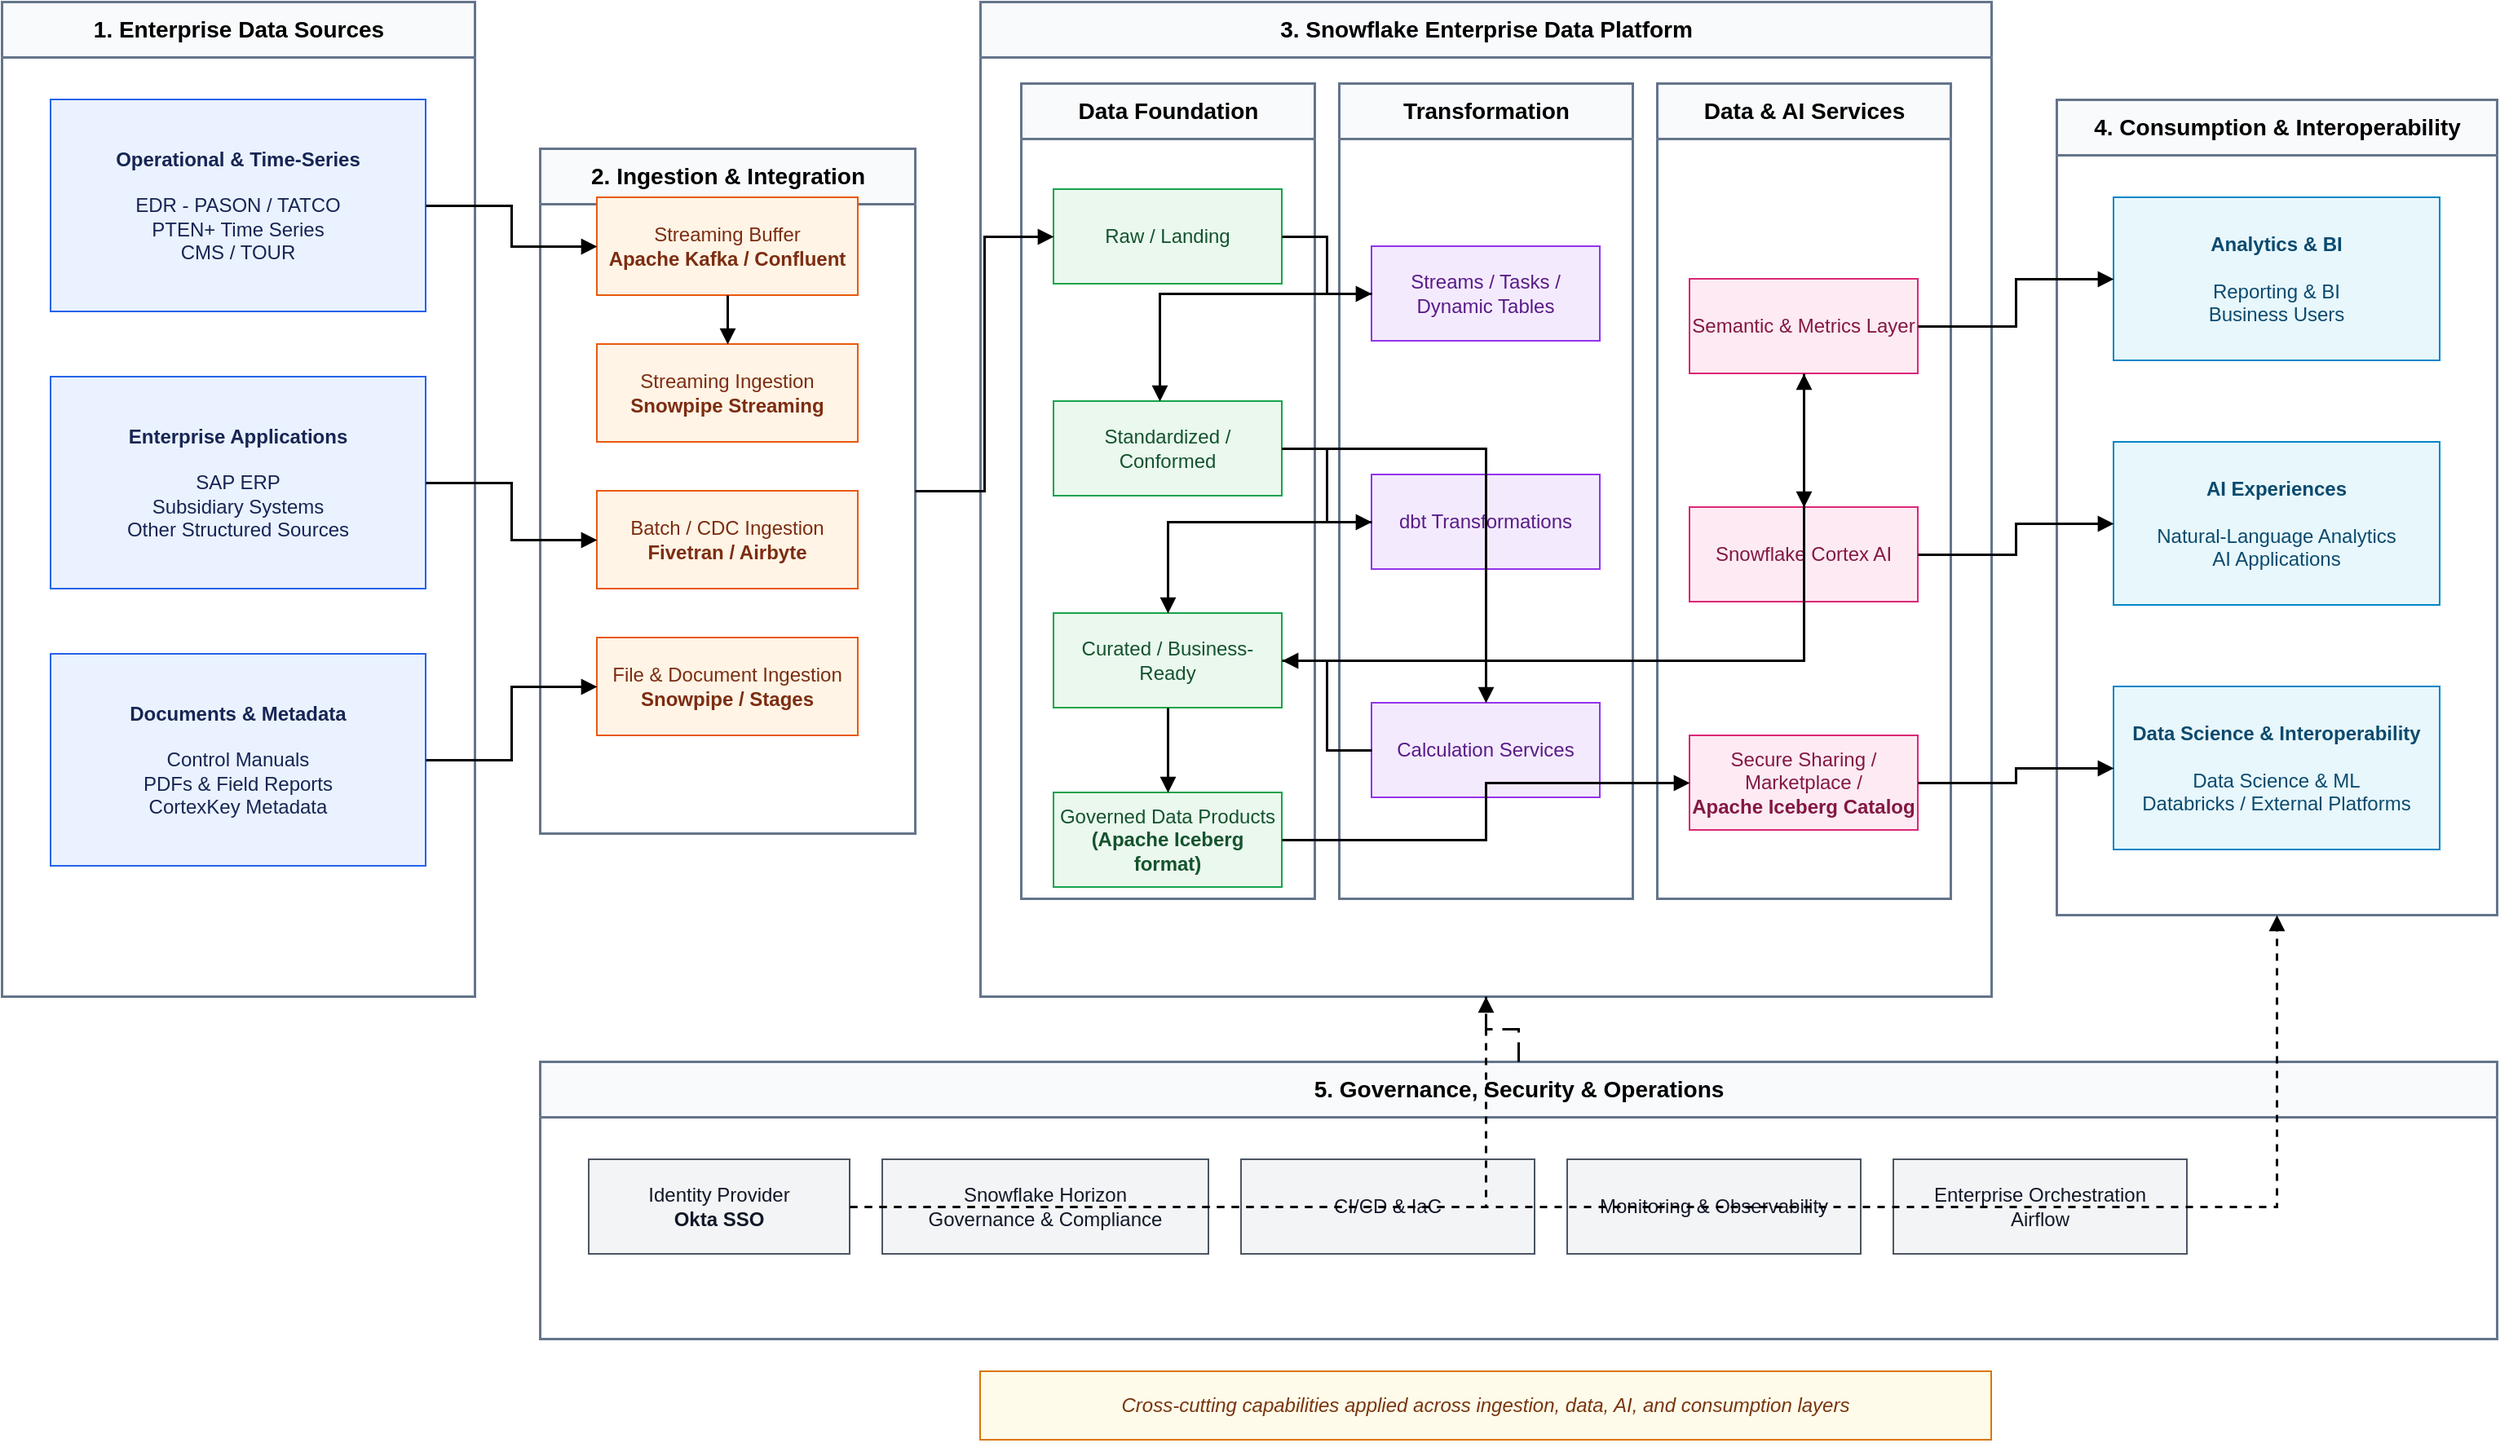
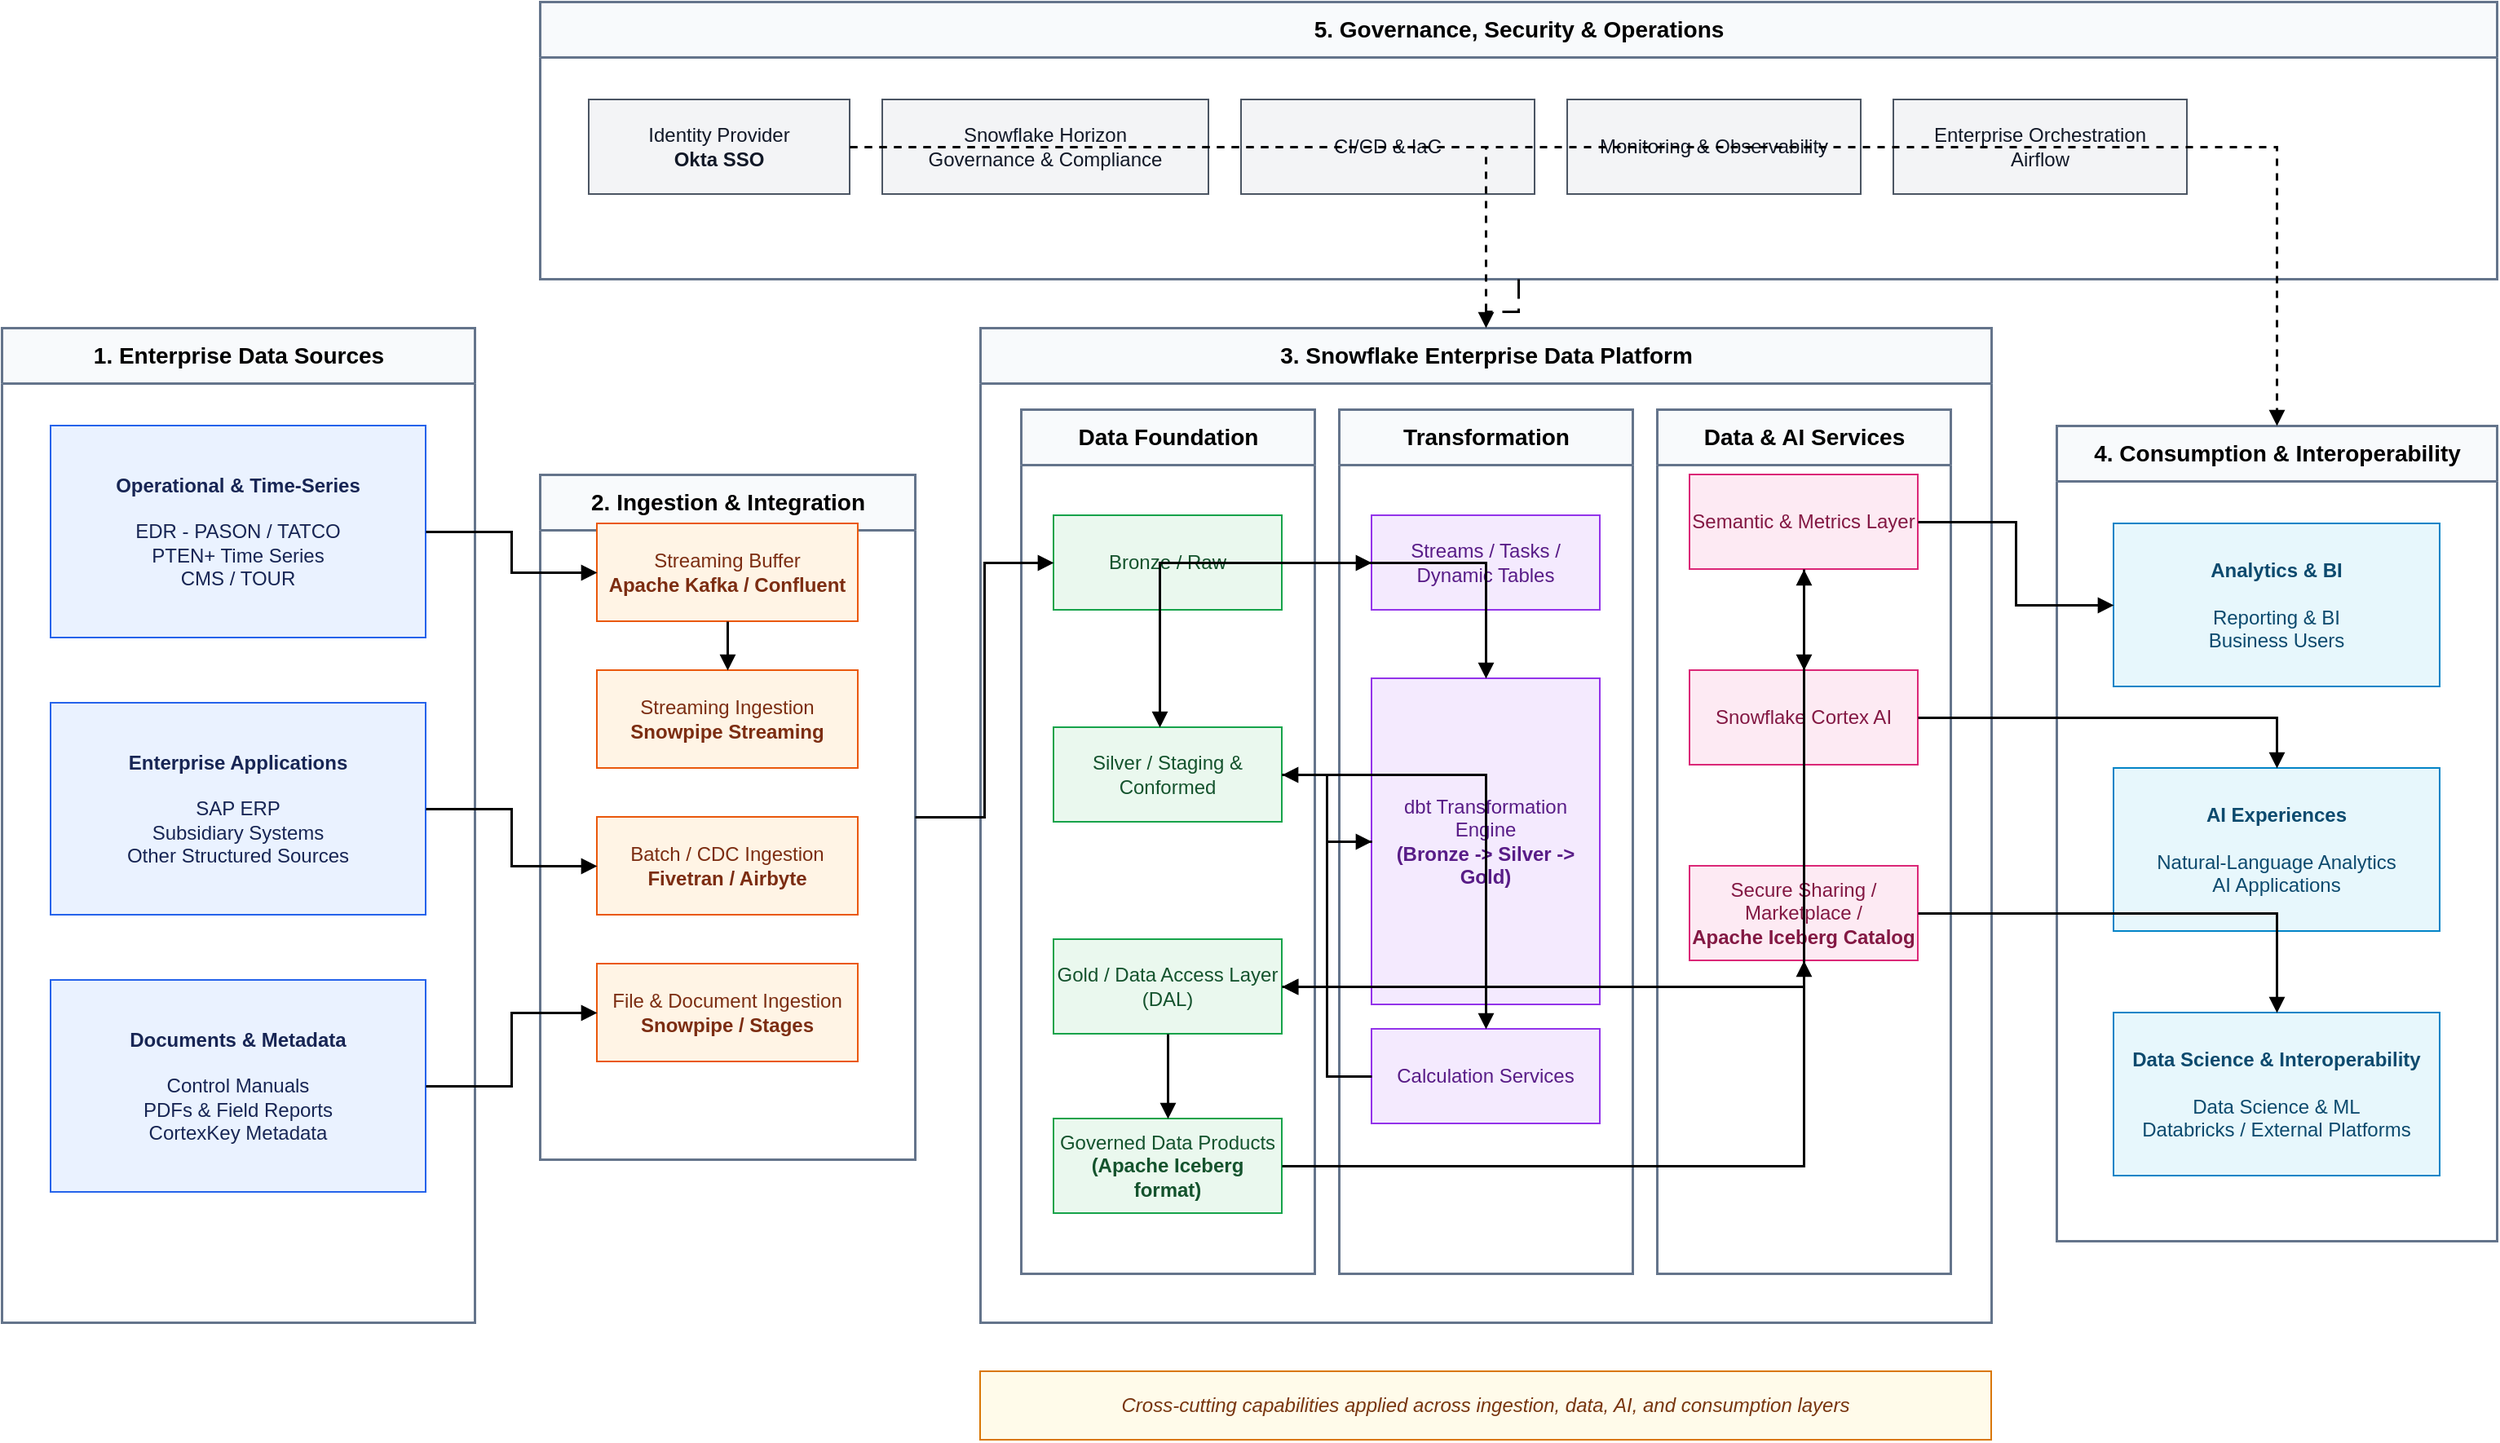
<mxfile host="app.diagrams.net" agent="ChatGPT">
  <diagram id="snowflake-clean" name="Snowflake Enterprise Architecture - Clean">
    <mxGraphModel dx="1555" dy="1516" grid="1" gridSize="10" guides="1" tooltips="1" connect="1" arrows="1" fold="1" page="1" pageScale="1" pageWidth="1800" pageHeight="1000" math="0" shadow="0">
      <root>
        <mxCell id="0" />
        <mxCell id="1" parent="0" />
        <mxCell id="sources" parent="1" style="swimlane;html=1;rounded=0;startSize=34;horizontal=1;fontStyle=1;fontSize=14;strokeWidth=1.5;fillColor=#F8FAFC;strokeColor=#64748B;collapsible=0;" value="1. Enterprise Data Sources" vertex="1">
-           <mxGeometry height="610" width="290" x="20" y="60" as="geometry" />
+           <mxGeometry height="610" width="290" x="20" y="260" as="geometry" />
        </mxCell>
        <mxCell id="ingestion" parent="1" style="swimlane;html=1;rounded=0;startSize=34;horizontal=1;fontStyle=1;fontSize=14;strokeWidth=1.5;fillColor=#F8FAFC;strokeColor=#64748B;collapsible=0;" value="2. Ingestion &amp; Integration" vertex="1">
-           <mxGeometry height="420" width="230" x="350" y="150" as="geometry" />
+           <mxGeometry height="420" width="230" x="350" y="350" as="geometry" />
        </mxCell>
        <mxCell id="platform" parent="1" style="swimlane;html=1;rounded=0;startSize=34;horizontal=1;fontStyle=1;fontSize=14;strokeWidth=1.5;fillColor=#F8FAFC;strokeColor=#64748B;collapsible=0;" value="3. Snowflake Enterprise Data Platform" vertex="1">
-           <mxGeometry height="610" width="620" x="620" y="60" as="geometry" />
+           <mxGeometry height="610" width="620" x="620" y="260" as="geometry" />
        </mxCell>
        <mxCell id="consumption" parent="1" style="swimlane;html=1;rounded=0;startSize=34;horizontal=1;fontStyle=1;fontSize=14;strokeWidth=1.5;fillColor=#F8FAFC;strokeColor=#64748B;collapsible=0;" value="4. Consumption &amp; Interoperability" vertex="1">
-           <mxGeometry height="500" width="270" x="1280" y="120" as="geometry" />
+           <mxGeometry height="500" width="270" x="1280" y="320" as="geometry" />
        </mxCell>
        <mxCell id="control" parent="1" style="swimlane;html=1;rounded=0;startSize=34;horizontal=1;fontStyle=1;fontSize=14;strokeWidth=1.5;fillColor=#F8FAFC;strokeColor=#64748B;collapsible=0;" value="5. Governance, Security &amp; Operations" vertex="1">
-           <mxGeometry height="170" width="1200" x="350" y="710" as="geometry" />
+           <mxGeometry height="170" width="1200" x="350" y="60" as="geometry" />
        </mxCell>
        <mxCell id="op_src" parent="1" style="rounded=0;whiteSpace=wrap;html=1;fillColor=#EAF2FF;strokeColor=#2563EB;fontColor=#172554;" value="&lt;b&gt;Operational &amp; Time-Series&lt;/b&gt;&lt;br&gt;&lt;br&gt;EDR - PASON / TATCO&lt;br&gt;PTEN+ Time Series&lt;br&gt;CMS / TOUR" vertex="1">
-           <mxGeometry height="130" width="230" x="50" y="120" as="geometry" />
+           <mxGeometry height="130" width="230" x="50" y="320" as="geometry" />
        </mxCell>
        <mxCell id="ent_src" parent="1" style="rounded=0;whiteSpace=wrap;html=1;fillColor=#EAF2FF;strokeColor=#2563EB;fontColor=#172554;" value="&lt;b&gt;Enterprise Applications&lt;/b&gt;&lt;br&gt;&lt;br&gt;SAP ERP&lt;br&gt;Subsidiary Systems&lt;br&gt;Other Structured Sources" vertex="1">
-           <mxGeometry height="130" width="230" x="50" y="290" as="geometry" />
+           <mxGeometry height="130" width="230" x="50" y="490" as="geometry" />
        </mxCell>
        <mxCell id="doc_src" parent="1" style="rounded=0;whiteSpace=wrap;html=1;fillColor=#EAF2FF;strokeColor=#2563EB;fontColor=#172554;" value="&lt;b&gt;Documents &amp; Metadata&lt;/b&gt;&lt;br&gt;&lt;br&gt;Control Manuals&lt;br&gt;PDFs &amp; Field Reports&lt;br&gt;CortexKey Metadata" vertex="1">
-           <mxGeometry height="130" width="230" x="50" y="460" as="geometry" />
+           <mxGeometry height="130" width="230" x="50" y="660" as="geometry" />
        </mxCell>
        <mxCell id="kafka" parent="1" style="rounded=0;whiteSpace=wrap;html=1;fillColor=#FFF4E5;strokeColor=#EA580C;fontColor=#7C2D12;" value="Streaming Buffer&lt;br&gt;&lt;b&gt;Apache Kafka / Confluent&lt;/b&gt;" vertex="1">
-           <mxGeometry height="60" width="160" x="385" y="180" as="geometry" />
+           <mxGeometry height="60" width="160" x="385" y="380" as="geometry" />
        </mxCell>
        <mxCell id="stream" parent="1" style="rounded=0;whiteSpace=wrap;html=1;fillColor=#FFF4E5;strokeColor=#EA580C;fontColor=#7C2D12;" value="Streaming Ingestion&lt;br&gt;&lt;b&gt;Snowpipe Streaming&lt;/b&gt;" vertex="1">
-           <mxGeometry height="60" width="160" x="385" y="270" as="geometry" />
+           <mxGeometry height="60" width="160" x="385" y="470" as="geometry" />
        </mxCell>
        <mxCell id="batch" parent="1" style="rounded=0;whiteSpace=wrap;html=1;fillColor=#FFF4E5;strokeColor=#EA580C;fontColor=#7C2D12;" value="Batch / CDC Ingestion&lt;br&gt;&lt;b&gt;Fivetran / Airbyte&lt;/b&gt;" vertex="1">
-           <mxGeometry height="60" width="160" x="385" y="360" as="geometry" />
+           <mxGeometry height="60" width="160" x="385" y="560" as="geometry" />
        </mxCell>
        <mxCell id="files" parent="1" style="rounded=0;whiteSpace=wrap;html=1;fillColor=#FFF4E5;strokeColor=#EA580C;fontColor=#7C2D12;" value="File &amp; Document Ingestion&lt;br&gt;&lt;b&gt;Snowpipe / Stages&lt;/b&gt;" vertex="1">
-           <mxGeometry height="60" width="160" x="385" y="450" as="geometry" />
+           <mxGeometry height="60" width="160" x="385" y="650" as="geometry" />
        </mxCell>
        <mxCell id="foundation" parent="1" style="swimlane;html=1;rounded=0;startSize=34;horizontal=1;fontStyle=1;fontSize=14;strokeWidth=1.5;fillColor=#F8FAFC;strokeColor=#64748B;collapsible=0;" value="Data Foundation" vertex="1">
-           <mxGeometry height="500" width="180" x="645" y="110" as="geometry" />
+           <mxGeometry height="530" width="180" x="645" y="310" as="geometry" />
        </mxCell>
        <mxCell id="transform" parent="1" style="swimlane;html=1;rounded=0;startSize=34;horizontal=1;fontStyle=1;fontSize=14;strokeWidth=1.5;fillColor=#F8FAFC;strokeColor=#64748B;collapsible=0;" value="Transformation" vertex="1">
-           <mxGeometry height="500" width="180" x="840" y="110" as="geometry" />
+           <mxGeometry height="530" width="180" x="840" y="310" as="geometry" />
        </mxCell>
        <mxCell id="serve" parent="1" style="swimlane;html=1;rounded=0;startSize=34;horizontal=1;fontStyle=1;fontSize=14;strokeWidth=1.5;fillColor=#F8FAFC;strokeColor=#64748B;collapsible=0;" value="Data &amp; AI Services" vertex="1">
-           <mxGeometry height="500" width="180" x="1035" y="110" as="geometry" />
+           <mxGeometry height="530" width="180" x="1035" y="310" as="geometry" />
        </mxCell>
-         <mxCell id="raw" parent="1" style="rounded=0;whiteSpace=wrap;html=1;fillColor=#EAF8EE;strokeColor=#16A34A;fontColor=#14532D;" value="Raw / Landing" vertex="1">
-           <mxGeometry height="58" width="140" x="665" y="175" as="geometry" />
+         <mxCell id="raw" parent="1" style="rounded=0;whiteSpace=wrap;html=1;fillColor=#EAF8EE;strokeColor=#16A34A;fontColor=#14532D;" value="Bronze / Raw" vertex="1">
+           <mxGeometry height="58" width="140" x="665" y="375" as="geometry" />
        </mxCell>
-         <mxCell id="standard" parent="1" style="rounded=0;whiteSpace=wrap;html=1;fillColor=#EAF8EE;strokeColor=#16A34A;fontColor=#14532D;" value="Standardized / Conformed" vertex="1">
-           <mxGeometry height="58" width="140" x="665" y="305" as="geometry" />
+         <mxCell id="standard" parent="1" style="rounded=0;whiteSpace=wrap;html=1;fillColor=#EAF8EE;strokeColor=#16A34A;fontColor=#14532D;" value="Silver / Staging &amp; Conformed" vertex="1">
+           <mxGeometry height="58" width="140" x="665" y="505" as="geometry" />
        </mxCell>
-         <mxCell id="curated" parent="1" style="rounded=0;whiteSpace=wrap;html=1;fillColor=#EAF8EE;strokeColor=#16A34A;fontColor=#14532D;" value="Curated / Business-Ready" vertex="1">
-           <mxGeometry height="58" width="140" x="665" y="435" as="geometry" />
+         <mxCell id="curated" parent="1" style="rounded=0;whiteSpace=wrap;html=1;fillColor=#EAF8EE;strokeColor=#16A34A;fontColor=#14532D;" value="Gold / Data Access Layer (DAL)" vertex="1">
+           <mxGeometry height="58" width="140" x="665" y="635" as="geometry" />
        </mxCell>
        <mxCell id="products" parent="1" style="rounded=0;whiteSpace=wrap;html=1;fillColor=#EAF8EE;strokeColor=#16A34A;fontColor=#14532D;" value="Governed Data Products&lt;br&gt;&lt;b&gt;(Apache Iceberg format)&lt;/b&gt;" vertex="1">
-           <mxGeometry height="58" width="140" x="665" y="545" as="geometry" />
+           <mxGeometry height="58" width="140" x="665" y="745" as="geometry" />
        </mxCell>
        <mxCell id="native" parent="1" style="rounded=0;whiteSpace=wrap;html=1;fillColor=#F4EAFE;strokeColor=#9333EA;fontColor=#581C87;" value="Streams / Tasks /&lt;br&gt;Dynamic Tables" vertex="1">
-           <mxGeometry height="58" width="140" x="860" y="210" as="geometry" />
+           <mxGeometry height="58" width="140" x="860" y="375" as="geometry" />
        </mxCell>
-         <mxCell id="dbt" parent="1" style="rounded=0;whiteSpace=wrap;html=1;fillColor=#F4EAFE;strokeColor=#9333EA;fontColor=#581C87;" value="dbt Transformations" vertex="1">
-           <mxGeometry height="58" width="140" x="860" y="350" as="geometry" />
+         <mxCell id="dbt" parent="1" style="rounded=0;whiteSpace=wrap;html=1;fillColor=#F4EAFE;strokeColor=#9333EA;fontColor=#581C87;" value="dbt Transformation Engine&lt;br&gt;&lt;b&gt;(Bronze -&gt; Silver -&gt; Gold)&lt;/b&gt;" vertex="1">
+           <mxGeometry height="200" width="140" x="860" y="475" as="geometry" />
        </mxCell>
        <mxCell id="calc" parent="1" style="rounded=0;whiteSpace=wrap;html=1;fillColor=#F4EAFE;strokeColor=#9333EA;fontColor=#581C87;" value="Calculation Services" vertex="1">
-           <mxGeometry height="58" width="140" x="860" y="490" as="geometry" />
+           <mxGeometry height="58" width="140" x="860" y="690" as="geometry" />
        </mxCell>
        <mxCell id="semantic" parent="1" style="rounded=0;whiteSpace=wrap;html=1;fillColor=#FDEAF3;strokeColor=#DB2777;fontColor=#831843;" value="Semantic &amp; Metrics Layer" vertex="1">
-           <mxGeometry height="58" width="140" x="1055" y="230" as="geometry" />
+           <mxGeometry height="58" width="140" x="1055" y="350" as="geometry" />
        </mxCell>
        <mxCell id="cortex" parent="1" style="rounded=0;whiteSpace=wrap;html=1;fillColor=#FDEAF3;strokeColor=#DB2777;fontColor=#831843;" value="Snowflake Cortex AI" vertex="1">
-           <mxGeometry height="58" width="140" x="1055" y="370" as="geometry" />
+           <mxGeometry height="58" width="140" x="1055" y="470" as="geometry" />
        </mxCell>
        <mxCell id="sharing" parent="1" style="rounded=0;whiteSpace=wrap;html=1;fillColor=#FDEAF3;strokeColor=#DB2777;fontColor=#831843;" value="Secure Sharing /&lt;br&gt;Marketplace /&lt;br&gt;&lt;b&gt;Apache Iceberg Catalog&lt;/b&gt;" vertex="1">
-           <mxGeometry height="58" width="140" x="1055" y="510" as="geometry" />
+           <mxGeometry height="58" width="140" x="1055" y="590" as="geometry" />
        </mxCell>
        <mxCell id="analytics" parent="1" style="rounded=0;whiteSpace=wrap;html=1;fillColor=#E7F7FC;strokeColor=#0284C7;fontColor=#0C4A6E;" value="&lt;b&gt;Analytics &amp; BI&lt;/b&gt;&lt;br&gt;&lt;br&gt;Reporting &amp; BI&lt;br&gt;Business Users" vertex="1">
-           <mxGeometry height="100" width="200" x="1315" y="180" as="geometry" />
+           <mxGeometry height="100" width="200" x="1315" y="380" as="geometry" />
        </mxCell>
        <mxCell id="ai_consume" parent="1" style="rounded=0;whiteSpace=wrap;html=1;fillColor=#E7F7FC;strokeColor=#0284C7;fontColor=#0C4A6E;" value="&lt;b&gt;AI Experiences&lt;/b&gt;&lt;br&gt;&lt;br&gt;Natural-Language Analytics&lt;br&gt;AI Applications" vertex="1">
-           <mxGeometry height="100" width="200" x="1315" y="330" as="geometry" />
+           <mxGeometry height="100" width="200" x="1315" y="530" as="geometry" />
        </mxCell>
        <mxCell id="interop" parent="1" style="rounded=0;whiteSpace=wrap;html=1;fillColor=#E7F7FC;strokeColor=#0284C7;fontColor=#0C4A6E;" value="&lt;b&gt;Data Science &amp; Interoperability&lt;/b&gt;&lt;br&gt;&lt;br&gt;Data Science &amp; ML&lt;br&gt;Databricks / External Platforms" vertex="1">
-           <mxGeometry height="100" width="200" x="1315" y="480" as="geometry" />
+           <mxGeometry height="100" width="200" x="1315" y="680" as="geometry" />
        </mxCell>
        <mxCell id="okta" parent="1" style="rounded=0;whiteSpace=wrap;html=1;fillColor=#F3F4F6;strokeColor=#4B5563;fontColor=#111827;" value="Identity Provider&lt;br&gt;&lt;b&gt;Okta SSO&lt;/b&gt;" vertex="1">
-           <mxGeometry height="58" width="160" x="380" y="770" as="geometry" />
+           <mxGeometry height="58" width="160" x="380" y="120" as="geometry" />
        </mxCell>
        <mxCell id="horizon" parent="1" style="rounded=0;whiteSpace=wrap;html=1;fillColor=#F3F4F6;strokeColor=#4B5563;fontColor=#111827;" value="Snowflake Horizon&lt;br&gt;Governance &amp; Compliance" vertex="1">
-           <mxGeometry height="58" width="200" x="560" y="770" as="geometry" />
+           <mxGeometry height="58" width="200" x="560" y="120" as="geometry" />
        </mxCell>
        <mxCell id="cicd" parent="1" style="rounded=0;whiteSpace=wrap;html=1;fillColor=#F3F4F6;strokeColor=#4B5563;fontColor=#111827;" value="CI/CD &amp; IaC" vertex="1">
-           <mxGeometry height="58" width="180" x="780" y="770" as="geometry" />
+           <mxGeometry height="58" width="180" x="780" y="120" as="geometry" />
        </mxCell>
        <mxCell id="obs" parent="1" style="rounded=0;whiteSpace=wrap;html=1;fillColor=#F3F4F6;strokeColor=#4B5563;fontColor=#111827;" value="Monitoring &amp; Observability" vertex="1">
-           <mxGeometry height="58" width="180" x="980" y="770" as="geometry" />
+           <mxGeometry height="58" width="180" x="980" y="120" as="geometry" />
        </mxCell>
        <mxCell id="orch" parent="1" style="rounded=0;whiteSpace=wrap;html=1;fillColor=#F3F4F6;strokeColor=#4B5563;fontColor=#111827;" value="Enterprise Orchestration&lt;br&gt;Airflow" vertex="1">
-           <mxGeometry height="58" width="180" x="1180" y="770" as="geometry" />
+           <mxGeometry height="58" width="180" x="1180" y="120" as="geometry" />
        </mxCell>
        <mxCell id="crosscut" parent="1" style="rounded=0;whiteSpace=wrap;html=1;fillColor=#FFFBEA;strokeColor=#D97706;fontColor=#78350F;fontStyle=2;" value="Cross-cutting capabilities applied across ingestion, data, AI, and consumption layers" vertex="1">
          <mxGeometry height="42" width="620" x="620" y="900" as="geometry" />
        </mxCell>
        <mxCell id="e1" edge="1" parent="1" source="op_src" style="edgeStyle=orthogonalEdgeStyle;rounded=0;orthogonalLoop=1;jettySize=auto;html=1;strokeWidth=1.5;endArrow=block;endFill=1;" target="kafka">
          <mxGeometry relative="1" as="geometry" />
        </mxCell>
        <mxCell id="e1_kafka_to_stream" edge="1" parent="1" source="kafka" style="edgeStyle=orthogonalEdgeStyle;rounded=0;orthogonalLoop=1;jettySize=auto;html=1;strokeWidth=1.5;endArrow=block;endFill=1;" target="stream">
          <mxGeometry relative="1" as="geometry" />
        </mxCell>
        <mxCell id="e2" edge="1" parent="1" source="ent_src" style="edgeStyle=orthogonalEdgeStyle;rounded=0;orthogonalLoop=1;jettySize=auto;html=1;strokeWidth=1.5;endArrow=block;endFill=1;" target="batch">
          <mxGeometry relative="1" as="geometry" />
        </mxCell>
        <mxCell id="e3" edge="1" parent="1" source="doc_src" style="edgeStyle=orthogonalEdgeStyle;rounded=0;orthogonalLoop=1;jettySize=auto;html=1;strokeWidth=1.5;endArrow=block;endFill=1;" target="files">
          <mxGeometry relative="1" as="geometry" />
        </mxCell>
        <mxCell id="e4" edge="1" parent="1" source="ingestion" style="edgeStyle=orthogonalEdgeStyle;rounded=0;orthogonalLoop=1;jettySize=auto;html=1;strokeWidth=1.5;endArrow=block;endFill=1;exitX=1;exitY=0.5;exitDx=0;exitDy=0;entryX=0;entryY=0.5;entryDx=0;entryDy=0;" target="raw">
          <mxGeometry relative="1" as="geometry" />
        </mxCell>
        <mxCell id="e7" edge="1" parent="1" source="raw" style="edgeStyle=orthogonalEdgeStyle;rounded=0;orthogonalLoop=1;jettySize=auto;html=1;strokeWidth=1.5;endArrow=block;endFill=1;" target="native">
          <mxGeometry relative="1" as="geometry" />
        </mxCell>
        <mxCell id="e8" edge="1" parent="1" source="native" style="edgeStyle=orthogonalEdgeStyle;rounded=0;orthogonalLoop=1;jettySize=auto;html=1;strokeWidth=1.5;endArrow=block;endFill=1;" target="standard">
          <mxGeometry relative="1" as="geometry">
            <Array as="points">
-               <mxPoint x="730" y="239" />
+               <mxPoint x="730" y="404" />
            </Array>
          </mxGeometry>
        </mxCell>
-         <mxCell id="e9" edge="1" parent="1" source="standard" style="edgeStyle=orthogonalEdgeStyle;rounded=0;orthogonalLoop=1;jettySize=auto;html=1;strokeWidth=1.5;endArrow=block;endFill=1;" target="dbt">
+         <mxCell id="e9" edge="1" parent="1" source="raw" style="edgeStyle=orthogonalEdgeStyle;rounded=0;orthogonalLoop=1;jettySize=auto;html=1;strokeWidth=1.5;endArrow=block;endFill=1;" target="dbt">
          <mxGeometry relative="1" as="geometry" />
        </mxCell>
-         <mxCell id="e10" edge="1" parent="1" source="dbt" style="edgeStyle=orthogonalEdgeStyle;rounded=0;orthogonalLoop=1;jettySize=auto;html=1;strokeWidth=1.5;endArrow=block;endFill=1;" target="curated">
+         <mxCell id="e10" edge="1" parent="1" source="dbt" style="edgeStyle=orthogonalEdgeStyle;rounded=0;orthogonalLoop=1;jettySize=auto;html=1;strokeWidth=1.5;endArrow=block;endFill=1;" target="standard">
+           <mxGeometry relative="1" as="geometry" />
+         </mxCell>
+         <mxCell id="e10_silver_to_dbt" edge="1" parent="1" source="standard" style="edgeStyle=orthogonalEdgeStyle;rounded=0;orthogonalLoop=1;jettySize=auto;html=1;strokeWidth=1.5;endArrow=block;endFill=1;" target="dbt">
+           <mxGeometry relative="1" as="geometry" />
+         </mxCell>
+         <mxCell id="e10_dbt_to_gold" edge="1" parent="1" source="dbt" style="edgeStyle=orthogonalEdgeStyle;rounded=0;orthogonalLoop=1;jettySize=auto;html=1;strokeWidth=1.5;endArrow=block;endFill=1;" target="curated">
          <mxGeometry relative="1" as="geometry" />
        </mxCell>
        <mxCell id="e11" edge="1" parent="1" source="standard" style="edgeStyle=orthogonalEdgeStyle;rounded=0;orthogonalLoop=1;jettySize=auto;html=1;strokeWidth=1.5;endArrow=block;endFill=1;" target="calc">
          <mxGeometry relative="1" as="geometry" />
        </mxCell>
        <mxCell id="e12" edge="1" parent="1" source="calc" style="edgeStyle=orthogonalEdgeStyle;rounded=0;orthogonalLoop=1;jettySize=auto;html=1;strokeWidth=1.5;endArrow=block;endFill=1;" target="curated">
          <mxGeometry relative="1" as="geometry" />
        </mxCell>
        <mxCell id="e13" edge="1" parent="1" source="curated" style="edgeStyle=orthogonalEdgeStyle;rounded=0;orthogonalLoop=1;jettySize=auto;html=1;strokeWidth=1.5;endArrow=block;endFill=1;" target="products">
          <mxGeometry relative="1" as="geometry" />
        </mxCell>
        <mxCell id="e14" edge="1" parent="1" source="curated" style="edgeStyle=orthogonalEdgeStyle;rounded=0;orthogonalLoop=1;jettySize=auto;html=1;strokeWidth=1.5;endArrow=block;endFill=1;" target="semantic">
          <mxGeometry relative="1" as="geometry" />
        </mxCell>
        <mxCell id="e15" edge="1" parent="1" source="products" style="edgeStyle=orthogonalEdgeStyle;rounded=0;orthogonalLoop=1;jettySize=auto;html=1;strokeWidth=1.5;endArrow=block;endFill=1;" target="sharing">
          <mxGeometry relative="1" as="geometry" />
        </mxCell>
        <mxCell id="e16" edge="1" parent="1" source="semantic" style="edgeStyle=orthogonalEdgeStyle;rounded=0;orthogonalLoop=1;jettySize=auto;html=1;strokeWidth=1.5;endArrow=block;endFill=1;" target="cortex">
          <mxGeometry relative="1" as="geometry" />
        </mxCell>
        <mxCell id="e17" edge="1" parent="1" source="semantic" style="edgeStyle=orthogonalEdgeStyle;rounded=0;orthogonalLoop=1;jettySize=auto;html=1;strokeWidth=1.5;endArrow=block;endFill=1;" target="analytics">
          <mxGeometry relative="1" as="geometry" />
        </mxCell>
        <mxCell id="e18" edge="1" parent="1" source="cortex" style="edgeStyle=orthogonalEdgeStyle;rounded=0;orthogonalLoop=1;jettySize=auto;html=1;strokeWidth=1.5;endArrow=block;endFill=1;" target="ai_consume">
          <mxGeometry relative="1" as="geometry" />
        </mxCell>
        <mxCell id="e19" edge="1" parent="1" source="sharing" style="edgeStyle=orthogonalEdgeStyle;rounded=0;orthogonalLoop=1;jettySize=auto;html=1;strokeWidth=1.5;endArrow=block;endFill=1;" target="interop">
          <mxGeometry relative="1" as="geometry" />
        </mxCell>
        <mxCell id="e20" edge="1" parent="1" source="control" style="edgeStyle=orthogonalEdgeStyle;rounded=0;orthogonalLoop=1;jettySize=auto;html=1;strokeWidth=1.5;endArrow=none;endFill=1;dashed=1;dashPattern=8 4;" target="platform">
          <mxGeometry relative="1" as="geometry" />
        </mxCell>
        <mxCell id="e_okta_platform" edge="1" parent="1" source="okta" style="edgeStyle=orthogonalEdgeStyle;rounded=0;orthogonalLoop=1;jettySize=auto;html=1;strokeWidth=1.5;endArrow=block;endFill=1;dashed=1;" target="platform">
          <mxGeometry relative="1" as="geometry" />
        </mxCell>
        <mxCell id="e_okta_consume" edge="1" parent="1" source="okta" style="edgeStyle=orthogonalEdgeStyle;rounded=0;orthogonalLoop=1;jettySize=auto;html=1;strokeWidth=1.5;endArrow=block;endFill=1;dashed=1;" target="consumption">
          <mxGeometry relative="1" as="geometry" />
        </mxCell>
      </root>
    </mxGraphModel>
  </diagram>
</mxfile>